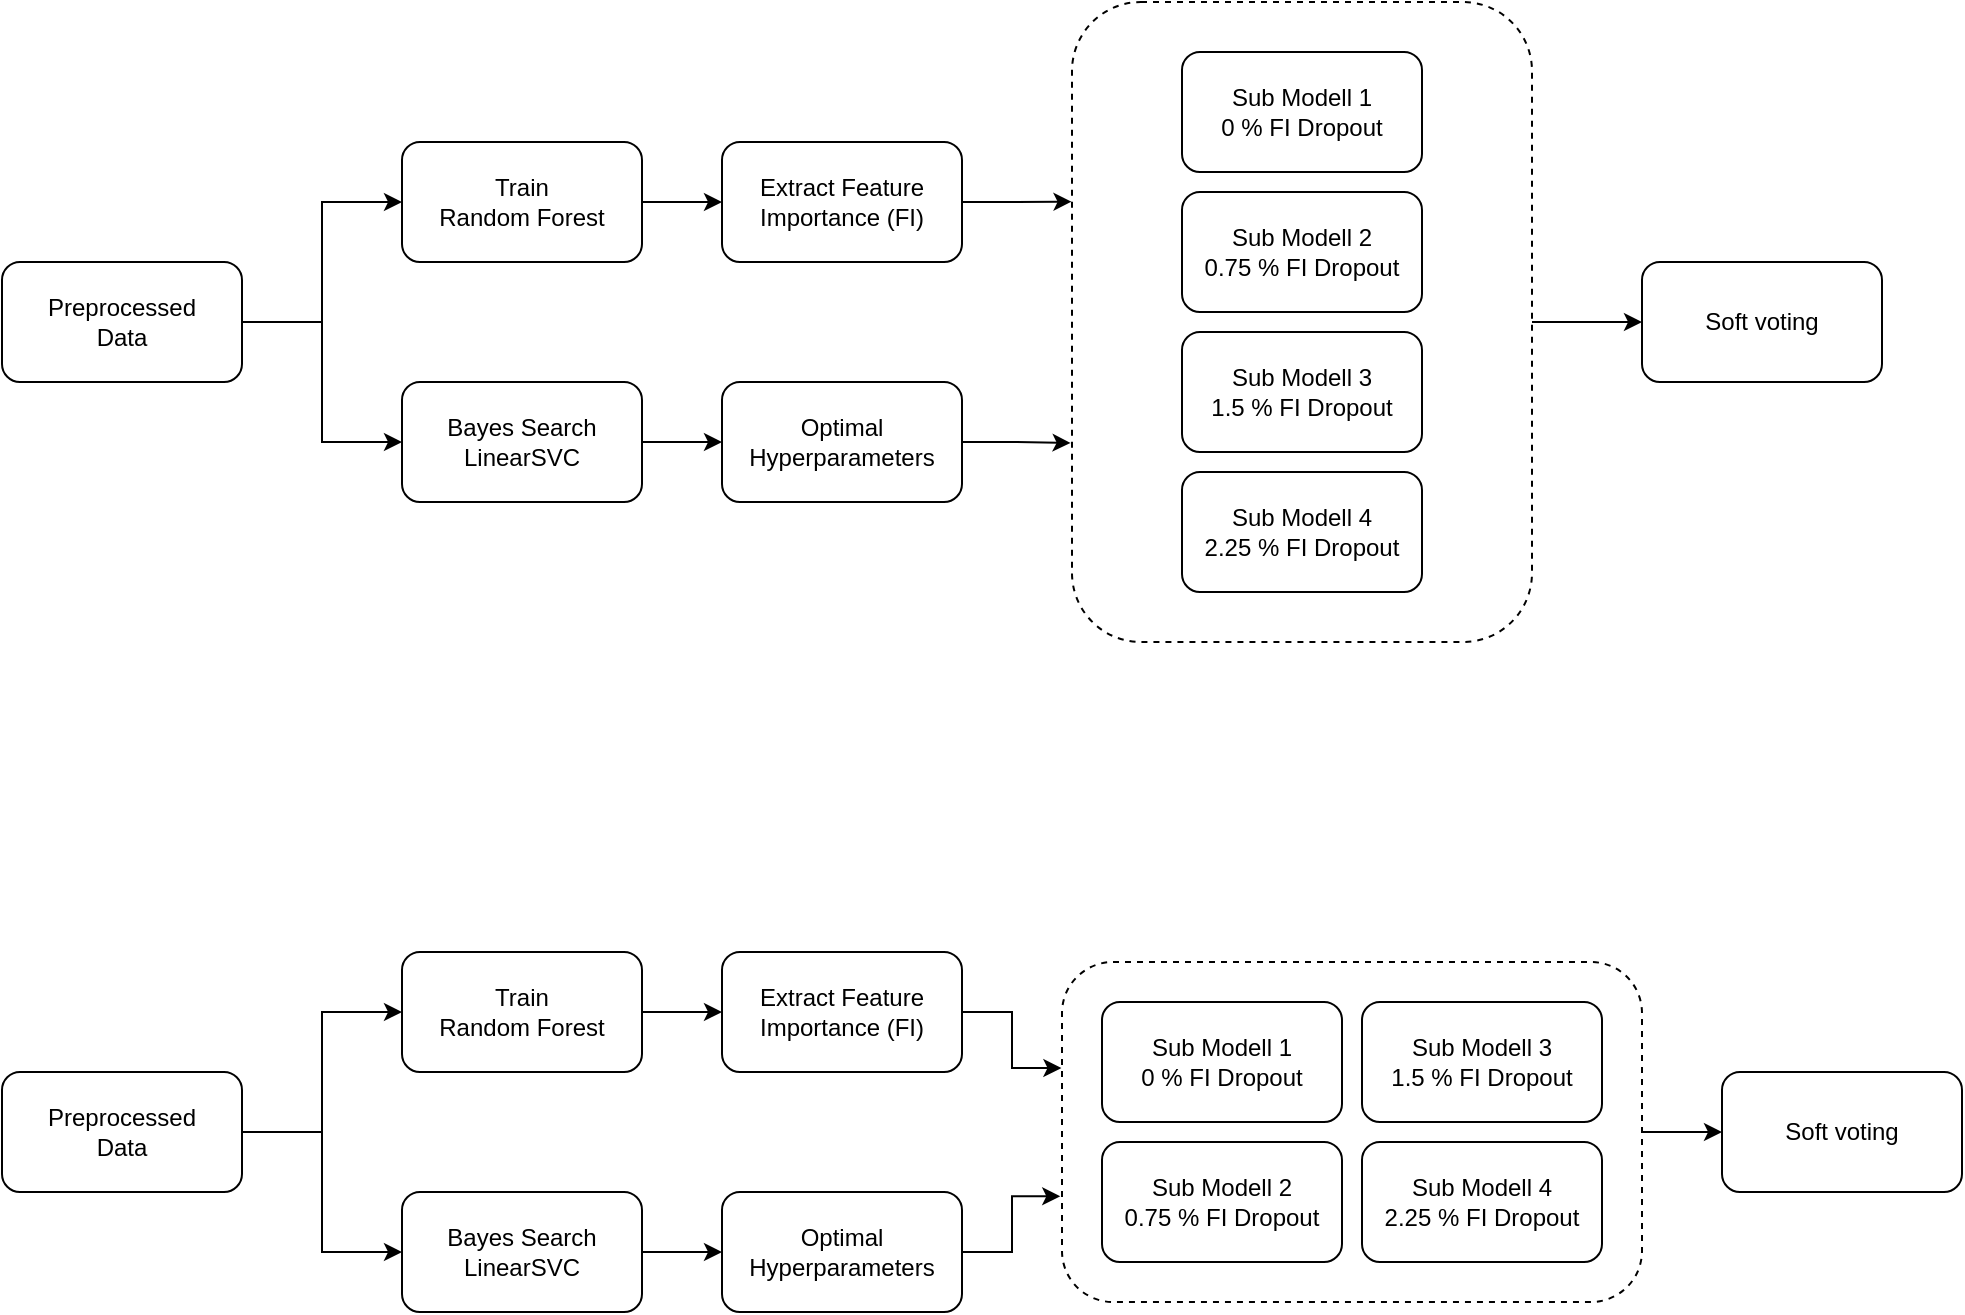
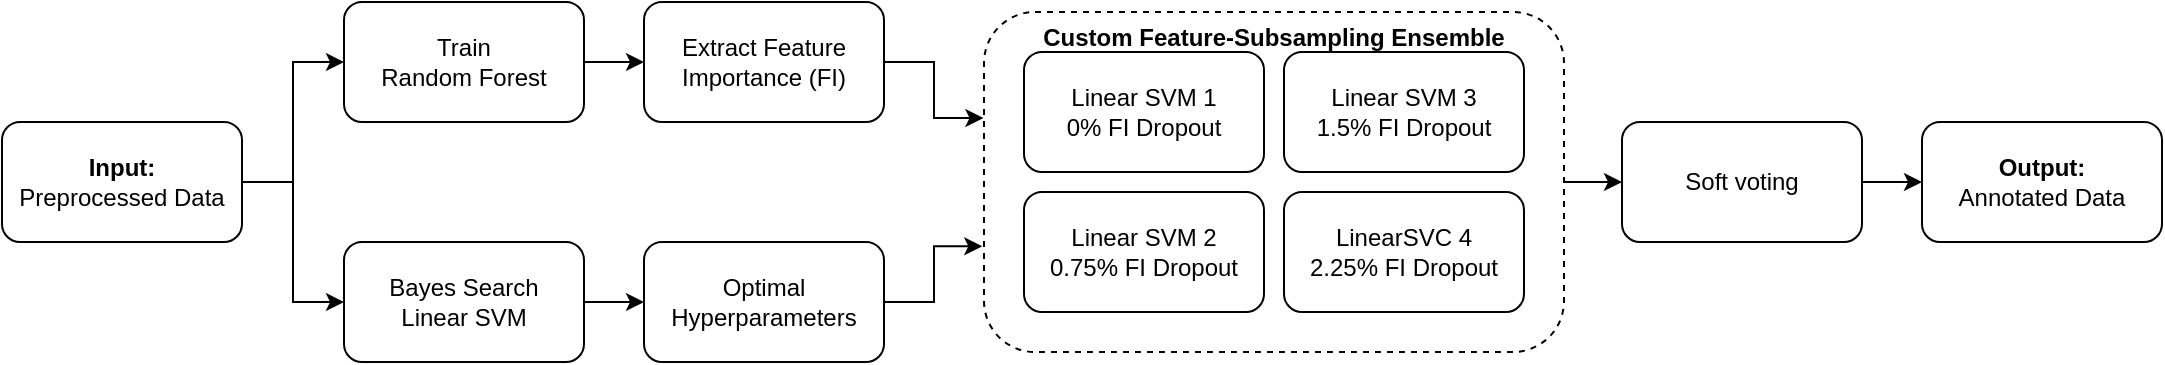
<mxfile host="app.diagrams.net">
-   <diagram name="Seite-1" id="r6u8Sxkf9vxUWYjXu1MW">
-     <mxGraphModel dx="1414" dy="759" grid="1" gridSize="10" guides="1" tooltips="1" connect="1" arrows="1" fold="1" page="1" pageScale="1" pageWidth="827" pageHeight="1169" math="0" shadow="0">
+   <diagram name="Page-1" id="jVpU6-8C8OuK0QdtK1Tz">
+     <mxGraphModel dx="1297" dy="820" grid="1" gridSize="10" guides="1" tooltips="1" connect="1" arrows="1" fold="1" page="1" pageScale="1" pageWidth="850" pageHeight="1100" math="0" shadow="0">
      <root>
        <mxCell id="0" />
        <mxCell id="1" parent="0" />
-         <mxCell id="l4kwH1aX4vTeZcbk_TOD-6" edge="1" parent="1" source="l4kwH1aX4vTeZcbk_TOD-1" style="edgeStyle=orthogonalEdgeStyle;rounded=0;orthogonalLoop=1;jettySize=auto;html=1;entryX=0;entryY=0.5;entryDx=0;entryDy=0;" target="l4kwH1aX4vTeZcbk_TOD-2">
+         <mxCell id="SIl58SWhbQEIiGKeLbu9-1" edge="1" parent="1" source="SIl58SWhbQEIiGKeLbu9-3" style="edgeStyle=orthogonalEdgeStyle;rounded=0;orthogonalLoop=1;jettySize=auto;html=1;entryX=0;entryY=0.5;entryDx=0;entryDy=0;" target="SIl58SWhbQEIiGKeLbu9-5">
          <mxGeometry relative="1" as="geometry" />
        </mxCell>
-         <mxCell id="l4kwH1aX4vTeZcbk_TOD-7" edge="1" parent="1" source="l4kwH1aX4vTeZcbk_TOD-1" style="edgeStyle=orthogonalEdgeStyle;rounded=0;orthogonalLoop=1;jettySize=auto;html=1;entryX=0;entryY=0.5;entryDx=0;entryDy=0;" target="l4kwH1aX4vTeZcbk_TOD-4">
+         <mxCell id="SIl58SWhbQEIiGKeLbu9-2" edge="1" parent="1" source="SIl58SWhbQEIiGKeLbu9-3" style="edgeStyle=orthogonalEdgeStyle;rounded=0;orthogonalLoop=1;jettySize=auto;html=1;entryX=0;entryY=0.5;entryDx=0;entryDy=0;" target="SIl58SWhbQEIiGKeLbu9-8">
          <mxGeometry relative="1" as="geometry" />
        </mxCell>
-         <mxCell id="l4kwH1aX4vTeZcbk_TOD-1" parent="1" style="rounded=1;whiteSpace=wrap;html=1;" value="&lt;div&gt;Preprocessed&lt;/div&gt;&lt;div&gt;Data&lt;/div&gt;" vertex="1">
-           <mxGeometry height="60" width="120" x="40" y="250" as="geometry" />
+         <mxCell id="SIl58SWhbQEIiGKeLbu9-3" parent="1" style="rounded=1;whiteSpace=wrap;html=1;" value="&lt;div&gt;&lt;b&gt;Input:&lt;/b&gt;&lt;/div&gt;&lt;div&gt;Preprocessed Data&lt;/div&gt;" vertex="1">
+           <mxGeometry height="60" width="120" x="50" y="150" as="geometry" />
        </mxCell>
-         <mxCell id="l4kwH1aX4vTeZcbk_TOD-8" edge="1" parent="1" source="l4kwH1aX4vTeZcbk_TOD-2" style="edgeStyle=orthogonalEdgeStyle;rounded=0;orthogonalLoop=1;jettySize=auto;html=1;entryX=0;entryY=0.5;entryDx=0;entryDy=0;" target="l4kwH1aX4vTeZcbk_TOD-3">
+         <mxCell id="SIl58SWhbQEIiGKeLbu9-4" edge="1" parent="1" source="SIl58SWhbQEIiGKeLbu9-5" style="edgeStyle=orthogonalEdgeStyle;rounded=0;orthogonalLoop=1;jettySize=auto;html=1;entryX=0;entryY=0.5;entryDx=0;entryDy=0;" target="SIl58SWhbQEIiGKeLbu9-6">
          <mxGeometry relative="1" as="geometry" />
        </mxCell>
-         <mxCell id="l4kwH1aX4vTeZcbk_TOD-2" parent="1" style="rounded=1;whiteSpace=wrap;html=1;" value="&lt;div&gt;Train&lt;/div&gt;&lt;div&gt;Random Forest&lt;/div&gt;" vertex="1">
-           <mxGeometry height="60" width="120" x="240" y="190" as="geometry" />
+         <mxCell id="SIl58SWhbQEIiGKeLbu9-5" parent="1" style="rounded=1;whiteSpace=wrap;html=1;" value="&lt;div&gt;Train&lt;/div&gt;&lt;div&gt;Random Forest&lt;/div&gt;" vertex="1">
+           <mxGeometry height="60" width="120" x="221" y="90" as="geometry" />
        </mxCell>
-         <mxCell id="l4kwH1aX4vTeZcbk_TOD-3" parent="1" style="rounded=1;whiteSpace=wrap;html=1;" value="&lt;div&gt;Extract Feature Importance (FI)&lt;/div&gt;" vertex="1">
-           <mxGeometry height="60" width="120" x="400" y="190" as="geometry" />
+         <mxCell id="SIl58SWhbQEIiGKeLbu9-6" parent="1" style="rounded=1;whiteSpace=wrap;html=1;" value="&lt;div&gt;Extract Feature Importance (FI)&lt;/div&gt;" vertex="1">
+           <mxGeometry height="60" width="120" x="371" y="90" as="geometry" />
        </mxCell>
-         <mxCell id="l4kwH1aX4vTeZcbk_TOD-9" edge="1" parent="1" source="l4kwH1aX4vTeZcbk_TOD-4" style="edgeStyle=orthogonalEdgeStyle;rounded=0;orthogonalLoop=1;jettySize=auto;html=1;entryX=0;entryY=0.5;entryDx=0;entryDy=0;" target="l4kwH1aX4vTeZcbk_TOD-5">
+         <mxCell id="SIl58SWhbQEIiGKeLbu9-7" edge="1" parent="1" source="SIl58SWhbQEIiGKeLbu9-8" style="edgeStyle=orthogonalEdgeStyle;rounded=0;orthogonalLoop=1;jettySize=auto;html=1;entryX=0;entryY=0.5;entryDx=0;entryDy=0;" target="SIl58SWhbQEIiGKeLbu9-9">
          <mxGeometry relative="1" as="geometry" />
        </mxCell>
-         <mxCell id="l4kwH1aX4vTeZcbk_TOD-4" parent="1" style="rounded=1;whiteSpace=wrap;html=1;" value="&lt;div&gt;Bayes Search&lt;/div&gt;&lt;div&gt;LinearSVC&lt;/div&gt;" vertex="1">
-           <mxGeometry height="60" width="120" x="240" y="310" as="geometry" />
+         <mxCell id="SIl58SWhbQEIiGKeLbu9-8" parent="1" style="rounded=1;whiteSpace=wrap;html=1;" value="&lt;div&gt;Bayes Search&lt;/div&gt;&lt;div&gt;Linear SVM&lt;/div&gt;" vertex="1">
+           <mxGeometry height="60" width="120" x="221" y="210" as="geometry" />
        </mxCell>
-         <mxCell id="l4kwH1aX4vTeZcbk_TOD-5" parent="1" style="rounded=1;whiteSpace=wrap;html=1;" value="&lt;div&gt;Optimal&lt;/div&gt;&lt;div&gt;Hyperparameters&lt;/div&gt;" vertex="1">
-           <mxGeometry height="60" width="120" x="400" y="310" as="geometry" />
+         <mxCell id="SIl58SWhbQEIiGKeLbu9-9" parent="1" style="rounded=1;whiteSpace=wrap;html=1;" value="&lt;div&gt;Optimal&lt;/div&gt;&lt;div&gt;Hyperparameters&lt;/div&gt;" vertex="1">
+           <mxGeometry height="60" width="120" x="371" y="210" as="geometry" />
        </mxCell>
-         <mxCell id="l4kwH1aX4vTeZcbk_TOD-17" connectable="0" parent="1" style="group" value="" vertex="1">
-           <mxGeometry height="295" width="175" x="630" y="145" as="geometry" />
-         </mxCell>
-         <mxCell id="l4kwH1aX4vTeZcbk_TOD-10" parent="l4kwH1aX4vTeZcbk_TOD-17" style="rounded=1;whiteSpace=wrap;html=1;dashed=1;" value="" vertex="1">
-           <mxGeometry height="320" width="230" x="-55" y="-25" as="geometry" />
-         </mxCell>
-         <mxCell id="l4kwH1aX4vTeZcbk_TOD-12" parent="l4kwH1aX4vTeZcbk_TOD-17" style="rounded=1;whiteSpace=wrap;html=1;" value="&lt;div&gt;Sub Modell 1&lt;/div&gt;&lt;div&gt;0 % FI Dropout&lt;/div&gt;" vertex="1">
-           <mxGeometry height="60" width="120" as="geometry" />
-         </mxCell>
-         <mxCell id="l4kwH1aX4vTeZcbk_TOD-13" parent="l4kwH1aX4vTeZcbk_TOD-17" style="rounded=1;whiteSpace=wrap;html=1;" value="&lt;div&gt;Sub Modell 2&lt;/div&gt;&lt;div&gt;0.75 % FI Dropout&lt;/div&gt;" vertex="1">
-           <mxGeometry height="60" width="120" y="70" as="geometry" />
-         </mxCell>
-         <mxCell id="l4kwH1aX4vTeZcbk_TOD-14" parent="l4kwH1aX4vTeZcbk_TOD-17" style="rounded=1;whiteSpace=wrap;html=1;" value="&lt;div&gt;Sub Modell 3&lt;/div&gt;&lt;div&gt;1.5 % FI Dropout&lt;/div&gt;" vertex="1">
-           <mxGeometry height="60" width="120" y="140" as="geometry" />
-         </mxCell>
-         <mxCell id="l4kwH1aX4vTeZcbk_TOD-15" parent="l4kwH1aX4vTeZcbk_TOD-17" style="rounded=1;whiteSpace=wrap;html=1;" value="&lt;div&gt;Sub Modell 4&lt;/div&gt;&lt;div&gt;2.25 % FI Dropout&lt;/div&gt;" vertex="1">
-           <mxGeometry height="60" width="120" y="210" as="geometry" />
-         </mxCell>
-         <mxCell id="l4kwH1aX4vTeZcbk_TOD-18" edge="1" parent="1" source="l4kwH1aX4vTeZcbk_TOD-3" style="edgeStyle=orthogonalEdgeStyle;rounded=0;orthogonalLoop=1;jettySize=auto;html=1;entryX=-0.001;entryY=0.312;entryDx=0;entryDy=0;entryPerimeter=0;" target="l4kwH1aX4vTeZcbk_TOD-10">
+         <mxCell id="SIl58SWhbQEIiGKeLbu9-10" edge="1" parent="1" source="SIl58SWhbQEIiGKeLbu9-6" style="edgeStyle=orthogonalEdgeStyle;rounded=0;orthogonalLoop=1;jettySize=auto;html=1;entryX=-0.001;entryY=0.312;entryDx=0;entryDy=0;entryPerimeter=0;" target="SIl58SWhbQEIiGKeLbu9-15">
          <mxGeometry relative="1" as="geometry">
-             <mxPoint x="570" y="220.04" as="targetPoint" />
+             <mxPoint x="541" y="120.03999999999996" as="targetPoint" />
          </mxGeometry>
        </mxCell>
-         <mxCell id="l4kwH1aX4vTeZcbk_TOD-19" edge="1" parent="1" source="l4kwH1aX4vTeZcbk_TOD-5" style="edgeStyle=orthogonalEdgeStyle;rounded=0;orthogonalLoop=1;jettySize=auto;html=1;entryX=-0.003;entryY=0.689;entryDx=0;entryDy=0;entryPerimeter=0;" target="l4kwH1aX4vTeZcbk_TOD-10">
+         <mxCell id="SIl58SWhbQEIiGKeLbu9-11" edge="1" parent="1" source="SIl58SWhbQEIiGKeLbu9-9" style="edgeStyle=orthogonalEdgeStyle;rounded=0;orthogonalLoop=1;jettySize=auto;html=1;entryX=-0.003;entryY=0.689;entryDx=0;entryDy=0;entryPerimeter=0;" target="SIl58SWhbQEIiGKeLbu9-15">
          <mxGeometry relative="1" as="geometry">
-             <mxPoint x="570" y="340" as="targetPoint" />
+             <mxPoint x="541" y="240" as="targetPoint" />
          </mxGeometry>
        </mxCell>
-         <mxCell id="l4kwH1aX4vTeZcbk_TOD-20" parent="1" style="rounded=1;whiteSpace=wrap;html=1;" value="Soft voting" vertex="1">
-           <mxGeometry height="60" width="120" x="860" y="250" as="geometry" />
-         </mxCell>
-         <mxCell id="l4kwH1aX4vTeZcbk_TOD-21" edge="1" parent="1" source="l4kwH1aX4vTeZcbk_TOD-10" style="edgeStyle=orthogonalEdgeStyle;rounded=0;orthogonalLoop=1;jettySize=auto;html=1;entryX=0;entryY=0.5;entryDx=0;entryDy=0;" target="l4kwH1aX4vTeZcbk_TOD-20">
+         <mxCell id="SIl58SWhbQEIiGKeLbu9-12" edge="1" parent="1" source="SIl58SWhbQEIiGKeLbu9-13" style="edgeStyle=orthogonalEdgeStyle;rounded=0;orthogonalLoop=1;jettySize=auto;html=1;" target="SIl58SWhbQEIiGKeLbu9-20">
          <mxGeometry relative="1" as="geometry" />
        </mxCell>
-         <mxCell id="l4kwH1aX4vTeZcbk_TOD-40" edge="1" parent="1" source="l4kwH1aX4vTeZcbk_TOD-42" style="edgeStyle=orthogonalEdgeStyle;rounded=0;orthogonalLoop=1;jettySize=auto;html=1;entryX=0;entryY=0.5;entryDx=0;entryDy=0;" target="l4kwH1aX4vTeZcbk_TOD-44">
+         <mxCell id="SIl58SWhbQEIiGKeLbu9-13" parent="1" style="rounded=1;whiteSpace=wrap;html=1;" value="&lt;div&gt;Soft voting&lt;/div&gt;" vertex="1">
+           <mxGeometry height="60" width="120" x="860" y="150" as="geometry" />
+         </mxCell>
+         <mxCell id="SIl58SWhbQEIiGKeLbu9-14" edge="1" parent="1" source="SIl58SWhbQEIiGKeLbu9-15" style="edgeStyle=orthogonalEdgeStyle;rounded=0;orthogonalLoop=1;jettySize=auto;html=1;entryX=0;entryY=0.5;entryDx=0;entryDy=0;" target="SIl58SWhbQEIiGKeLbu9-13">
          <mxGeometry relative="1" as="geometry" />
        </mxCell>
-         <mxCell id="l4kwH1aX4vTeZcbk_TOD-41" edge="1" parent="1" source="l4kwH1aX4vTeZcbk_TOD-42" style="edgeStyle=orthogonalEdgeStyle;rounded=0;orthogonalLoop=1;jettySize=auto;html=1;entryX=0;entryY=0.5;entryDx=0;entryDy=0;" target="l4kwH1aX4vTeZcbk_TOD-47">
-           <mxGeometry relative="1" as="geometry" />
+         <mxCell id="SIl58SWhbQEIiGKeLbu9-15" parent="1" style="rounded=1;whiteSpace=wrap;html=1;dashed=1;" value="&lt;div&gt;&lt;b&gt;Custom Feature-Subsampling Ensemble&lt;/b&gt;&lt;/div&gt;&lt;div&gt;&lt;br&gt;&lt;/div&gt;&lt;div&gt;&lt;br&gt;&lt;/div&gt;&lt;div&gt;&lt;br&gt;&lt;/div&gt;&lt;div&gt;&lt;br&gt;&lt;/div&gt;&lt;div&gt;&lt;br&gt;&lt;/div&gt;&lt;div&gt;&lt;br&gt;&lt;/div&gt;&lt;div&gt;&lt;br&gt;&lt;/div&gt;&lt;div&gt;&lt;br&gt;&lt;/div&gt;&lt;div&gt;&lt;br&gt;&lt;/div&gt;&lt;div&gt;&lt;br&gt;&lt;/div&gt;" vertex="1">
+           <mxGeometry height="170" width="290" x="541" y="95" as="geometry" />
        </mxCell>
-         <mxCell id="l4kwH1aX4vTeZcbk_TOD-42" parent="1" style="rounded=1;whiteSpace=wrap;html=1;" value="&lt;div&gt;Preprocessed&lt;/div&gt;&lt;div&gt;Data&lt;/div&gt;" vertex="1">
-           <mxGeometry height="60" width="120" x="40" y="655" as="geometry" />
+         <mxCell id="SIl58SWhbQEIiGKeLbu9-16" parent="1" style="rounded=1;whiteSpace=wrap;html=1;" value="&lt;div&gt;Linear SVM 1&lt;/div&gt;&lt;div&gt;0% FI Dropout&lt;/div&gt;" vertex="1">
+           <mxGeometry height="60" width="120" x="561" y="115" as="geometry" />
        </mxCell>
-         <mxCell id="l4kwH1aX4vTeZcbk_TOD-43" edge="1" parent="1" source="l4kwH1aX4vTeZcbk_TOD-44" style="edgeStyle=orthogonalEdgeStyle;rounded=0;orthogonalLoop=1;jettySize=auto;html=1;entryX=0;entryY=0.5;entryDx=0;entryDy=0;" target="l4kwH1aX4vTeZcbk_TOD-45">
-           <mxGeometry relative="1" as="geometry" />
+         <mxCell id="SIl58SWhbQEIiGKeLbu9-17" parent="1" style="rounded=1;whiteSpace=wrap;html=1;" value="&lt;div&gt;Linear SVM 2&lt;/div&gt;&lt;div&gt;0.75% FI Dropout&lt;/div&gt;" vertex="1">
+           <mxGeometry height="60" width="120" x="561" y="185" as="geometry" />
        </mxCell>
-         <mxCell id="l4kwH1aX4vTeZcbk_TOD-44" parent="1" style="rounded=1;whiteSpace=wrap;html=1;" value="&lt;div&gt;Train&lt;/div&gt;&lt;div&gt;Random Forest&lt;/div&gt;" vertex="1">
-           <mxGeometry height="60" width="120" x="240" y="595" as="geometry" />
+         <mxCell id="SIl58SWhbQEIiGKeLbu9-18" parent="1" style="rounded=1;whiteSpace=wrap;html=1;" value="&lt;div&gt;Linear SVM 3&lt;/div&gt;&lt;div&gt;1.5% FI Dropout&lt;/div&gt;" vertex="1">
+           <mxGeometry height="60" width="120" x="691" y="115" as="geometry" />
        </mxCell>
-         <mxCell id="l4kwH1aX4vTeZcbk_TOD-45" parent="1" style="rounded=1;whiteSpace=wrap;html=1;" value="&lt;div&gt;Extract Feature Importance (FI)&lt;/div&gt;" vertex="1">
-           <mxGeometry height="60" width="120" x="400" y="595" as="geometry" />
+         <mxCell id="SIl58SWhbQEIiGKeLbu9-19" parent="1" style="rounded=1;whiteSpace=wrap;html=1;" value="&lt;div&gt;LinearSVC 4&lt;/div&gt;&lt;div&gt;2.25% FI Dropout&lt;/div&gt;" vertex="1">
+           <mxGeometry height="60" width="120" x="691" y="185" as="geometry" />
        </mxCell>
-         <mxCell id="l4kwH1aX4vTeZcbk_TOD-46" edge="1" parent="1" source="l4kwH1aX4vTeZcbk_TOD-47" style="edgeStyle=orthogonalEdgeStyle;rounded=0;orthogonalLoop=1;jettySize=auto;html=1;entryX=0;entryY=0.5;entryDx=0;entryDy=0;" target="l4kwH1aX4vTeZcbk_TOD-48">
-           <mxGeometry relative="1" as="geometry" />
-         </mxCell>
-         <mxCell id="l4kwH1aX4vTeZcbk_TOD-47" parent="1" style="rounded=1;whiteSpace=wrap;html=1;" value="&lt;div&gt;Bayes Search&lt;/div&gt;&lt;div&gt;LinearSVC&lt;/div&gt;" vertex="1">
-           <mxGeometry height="60" width="120" x="240" y="715" as="geometry" />
-         </mxCell>
-         <mxCell id="l4kwH1aX4vTeZcbk_TOD-48" parent="1" style="rounded=1;whiteSpace=wrap;html=1;" value="&lt;div&gt;Optimal&lt;/div&gt;&lt;div&gt;Hyperparameters&lt;/div&gt;" vertex="1">
-           <mxGeometry height="60" width="120" x="400" y="715" as="geometry" />
-         </mxCell>
-         <mxCell id="l4kwH1aX4vTeZcbk_TOD-55" edge="1" parent="1" source="l4kwH1aX4vTeZcbk_TOD-45" style="edgeStyle=orthogonalEdgeStyle;rounded=0;orthogonalLoop=1;jettySize=auto;html=1;entryX=-0.001;entryY=0.312;entryDx=0;entryDy=0;entryPerimeter=0;" target="l4kwH1aX4vTeZcbk_TOD-50">
-           <mxGeometry relative="1" as="geometry">
-             <mxPoint x="570" y="625.04" as="targetPoint" />
-           </mxGeometry>
-         </mxCell>
-         <mxCell id="l4kwH1aX4vTeZcbk_TOD-56" edge="1" parent="1" source="l4kwH1aX4vTeZcbk_TOD-48" style="edgeStyle=orthogonalEdgeStyle;rounded=0;orthogonalLoop=1;jettySize=auto;html=1;entryX=-0.003;entryY=0.689;entryDx=0;entryDy=0;entryPerimeter=0;" target="l4kwH1aX4vTeZcbk_TOD-50">
-           <mxGeometry relative="1" as="geometry">
-             <mxPoint x="570" y="745" as="targetPoint" />
-           </mxGeometry>
-         </mxCell>
-         <mxCell id="l4kwH1aX4vTeZcbk_TOD-57" parent="1" style="rounded=1;whiteSpace=wrap;html=1;" value="Soft voting" vertex="1">
-           <mxGeometry height="60" width="120" x="900" y="655" as="geometry" />
-         </mxCell>
-         <mxCell id="l4kwH1aX4vTeZcbk_TOD-58" edge="1" parent="1" source="l4kwH1aX4vTeZcbk_TOD-50" style="edgeStyle=orthogonalEdgeStyle;rounded=0;orthogonalLoop=1;jettySize=auto;html=1;entryX=0;entryY=0.5;entryDx=0;entryDy=0;" target="l4kwH1aX4vTeZcbk_TOD-57">
-           <mxGeometry relative="1" as="geometry" />
-         </mxCell>
-         <mxCell id="l4kwH1aX4vTeZcbk_TOD-50" parent="1" style="rounded=1;whiteSpace=wrap;html=1;dashed=1;" value="" vertex="1">
-           <mxGeometry height="170" width="290" x="570" y="600" as="geometry" />
-         </mxCell>
-         <mxCell id="l4kwH1aX4vTeZcbk_TOD-51" parent="1" style="rounded=1;whiteSpace=wrap;html=1;" value="&lt;div&gt;Sub Modell 1&lt;/div&gt;&lt;div&gt;0 % FI Dropout&lt;/div&gt;" vertex="1">
-           <mxGeometry height="60" width="120" x="590" y="620" as="geometry" />
-         </mxCell>
-         <mxCell id="l4kwH1aX4vTeZcbk_TOD-52" parent="1" style="rounded=1;whiteSpace=wrap;html=1;" value="&lt;div&gt;Sub Modell 2&lt;/div&gt;&lt;div&gt;0.75 % FI Dropout&lt;/div&gt;" vertex="1">
-           <mxGeometry height="60" width="120" x="590" y="690" as="geometry" />
-         </mxCell>
-         <mxCell id="l4kwH1aX4vTeZcbk_TOD-53" parent="1" style="rounded=1;whiteSpace=wrap;html=1;" value="&lt;div&gt;Sub Modell 3&lt;/div&gt;&lt;div&gt;1.5 % FI Dropout&lt;/div&gt;" vertex="1">
-           <mxGeometry height="60" width="120" x="720" y="620" as="geometry" />
-         </mxCell>
-         <mxCell id="l4kwH1aX4vTeZcbk_TOD-54" parent="1" style="rounded=1;whiteSpace=wrap;html=1;" value="&lt;div&gt;Sub Modell 4&lt;/div&gt;&lt;div&gt;2.25 % FI Dropout&lt;/div&gt;" vertex="1">
-           <mxGeometry height="60" width="120" x="720" y="690" as="geometry" />
+         <mxCell id="SIl58SWhbQEIiGKeLbu9-20" parent="1" style="rounded=1;whiteSpace=wrap;html=1;" value="&lt;div&gt;&lt;b&gt;Output:&lt;/b&gt;&lt;/div&gt;&lt;div&gt;Annotated Data&lt;/div&gt;" vertex="1">
+           <mxGeometry height="60" width="120" x="1010" y="150" as="geometry" />
        </mxCell>
      </root>
    </mxGraphModel>
  </diagram>
</mxfile>
